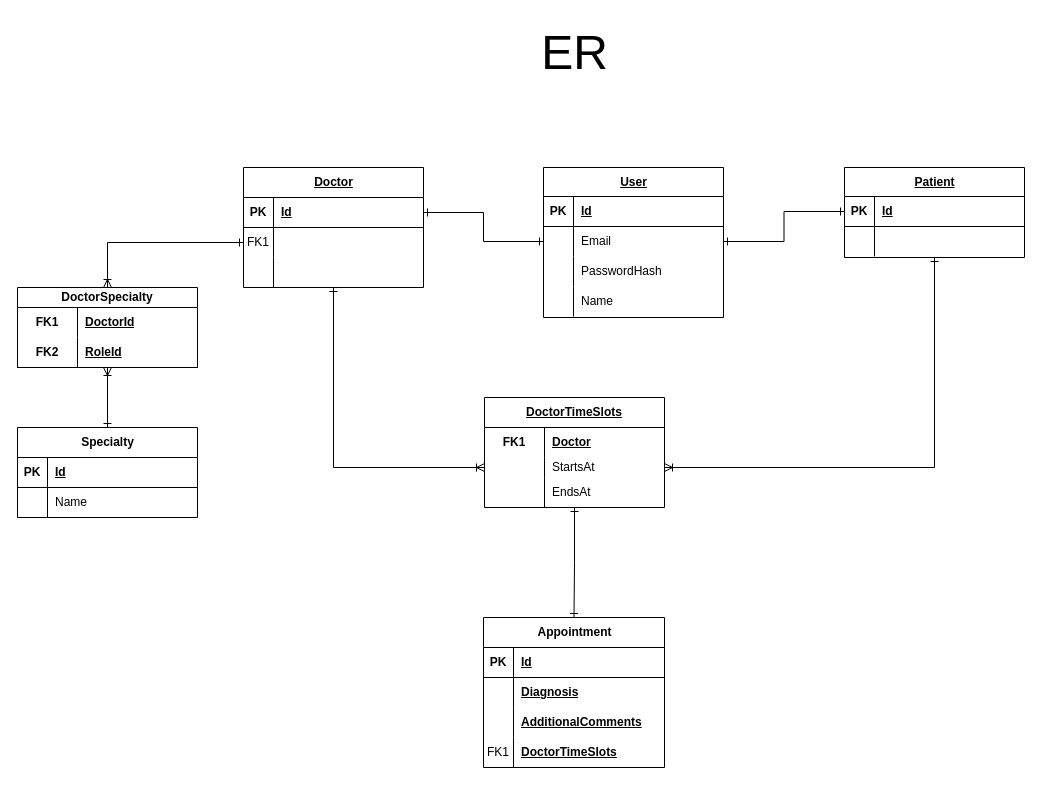
Before: page "ER" (5 of 5) of Diagrams/C4.drawio in doomer2004/Hospital-system., a draw.io diagram. Source tidied: cells renumbered, new cells numbered last; positions are measured from the earlier drawing's top-left corner, leaving out a move shared by most shapes. Both pictures are drawn from the tidied source at 100%, with x=0, y=0 at pixel (17, 17).
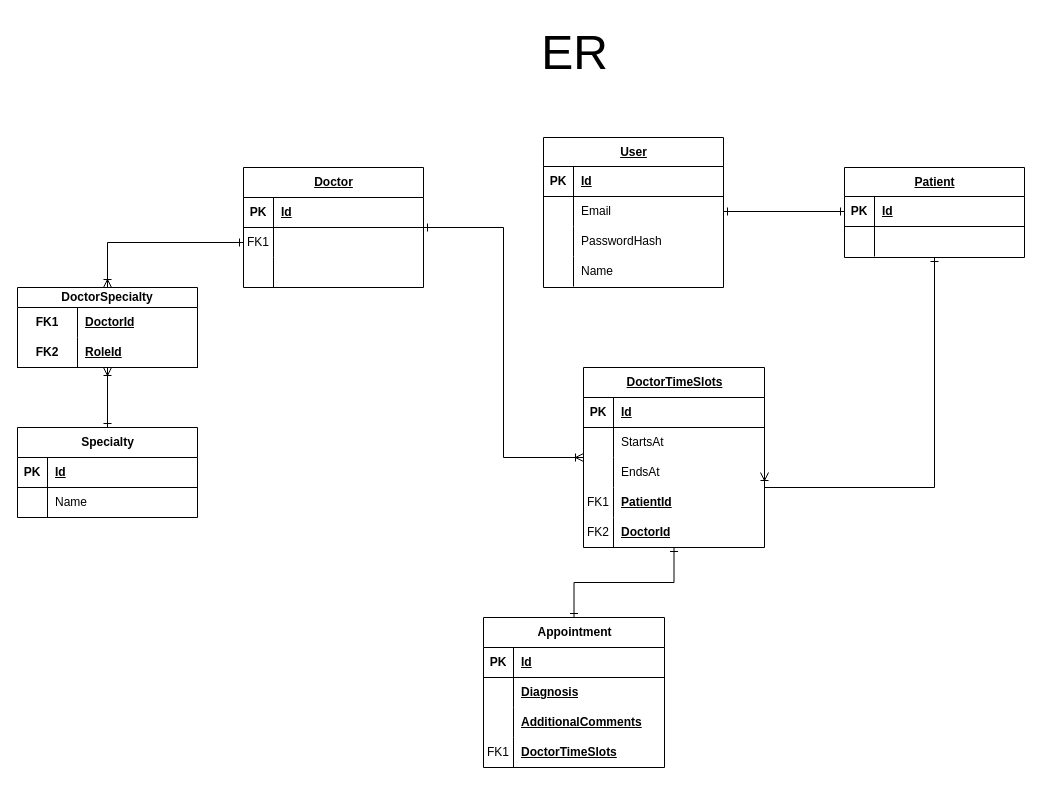
Above is the later version.

The change refers to these unchanged cells:
```xml
<mxCell id="3" value="&lt;u&gt;Patient&lt;/u&gt;" style="shape=table;startSize=29;childLayout=tableLayout;rowLines=0;fontStyle=1;align=center;html=1;" parent="1" vertex="1">
  <mxGeometry x="827" y="150" width="180" height="90" as="geometry" />
</mxCell>
<mxCell id="26" value="&lt;u&gt;Doctor&lt;/u&gt;" style="shape=table;startSize=30;childLayout=tableLayout;rowLines=0;fontStyle=1;align=center;html=1;" parent="1" vertex="1">
  <mxGeometry x="226" y="150" width="180" height="120" as="geometry" />
</mxCell>
<mxCell id="27" style="shape=tableRow;horizontal=0;startSize=0;swimlaneHead=0;swimlaneBody=0;fillColor=none;points=[[0,0.5],[1,0.5]];portConstraint=eastwest;top=0;left=0;right=0;bottom=1;" parent="26" vertex="1">
  <mxGeometry y="30" width="180" height="30" as="geometry" />
</mxCell>
<mxCell id="48" value="Appointment" style="shape=table;startSize=30;childLayout=tableLayout;rowLines=0;fontStyle=1;align=center;html=1;" parent="1" vertex="1">
  <mxGeometry x="466" y="600" width="181" height="150" as="geometry" />
</mxCell>
<mxCell id="66" style="shape=tableRow;horizontal=0;startSize=0;swimlaneHead=0;swimlaneBody=0;fillColor=none;points=[[0,0.5],[1,0.5]];portConstraint=eastwest;top=0;left=0;right=0;bottom=0;" parent="62" vertex="1">
  <mxGeometry y="59" width="180" height="30" as="geometry" />
</mxCell>
```

Change to the diagram source:
```diff
@@
-    <mxCell id="2" style="edgeStyle=orthogonalEdgeStyle;rounded=0;jettySize=auto;html=1;entryX=1;entryY=0.5;entryDx=0;entryDy=0;startArrow=ERone;startFill=0;endArrow=ERoneToMany;endFill=0;" parent="1" edge="1" source="3" target="42">
-      <mxGeometry relative="1" as="geometry" />
+    <mxCell id="2" style="edgeStyle=orthogonalEdgeStyle;rounded=0;jettySize=auto;html=1;startArrow=ERone;startFill=0;endArrow=ERoneToMany;endFill=0;entryX=1;entryY=0.5;entryDx=0;entryDy=0;" parent="1" edge="1" source="3" target="82">
+      <mxGeometry relative="1" as="geometry">
+        <Array as="points">
+          <mxPoint x="917" y="470" />
+          <mxPoint x="747" y="470" />
+        </Array>
+      </mxGeometry>
     </mxCell>
@@
-    <mxCell id="25" style="edgeStyle=orthogonalEdgeStyle;rounded=0;jettySize=auto;html=1;entryX=0;entryY=0.5;entryDx=0;entryDy=0;startArrow=ERone;startFill=0;endArrow=ERoneToMany;endFill=0;" parent="1" edge="1" source="26" target="42">
+    <mxCell id="25" style="edgeStyle=orthogonalEdgeStyle;rounded=0;jettySize=auto;html=1;entryX=0;entryY=0.5;entryDx=0;entryDy=0;startArrow=ERone;startFill=0;endArrow=ERoneToMany;endFill=0;" parent="1" edge="1" source="26" target="38">
       <mxGeometry relative="1" as="geometry" />
     </mxCell>
@@
-    <mxCell id="37" style="edgeStyle=orthogonalEdgeStyle;rounded=0;jettySize=auto;html=1;entryX=0.5;entryY=0;entryDx=0;entryDy=0;startArrow=ERone;startFill=0;endArrow=ERone;endFill=0;" parent="1" edge="1" source="38" target="48">
+    <mxCell id="37" style="edgeStyle=orthogonalEdgeStyle;rounded=0;jettySize=auto;html=1;entryX=0.5;entryY=0;entryDx=0;entryDy=0;startArrow=ERone;startFill=0;endArrow=ERone;endFill=0;exitX=0.5;exitY=1;exitDx=0;exitDy=0;" parent="1" edge="1" source="38" target="48">
       <mxGeometry relative="1" as="geometry" />
     </mxCell>
-    <mxCell id="38" value="&lt;u style=&quot;border-color: var(--border-color);&quot;&gt;DoctorTimeSlots&lt;/u&gt;" style="shape=table;startSize=30;childLayout=tableLayout;rowLines=0;fontStyle=1;align=center;html=1;whiteSpace=wrap;" parent="1" vertex="1">
-      <mxGeometry x="467" y="380" width="180" height="110" as="geometry" />
-    </mxCell>
-    <mxCell id="39" style="shape=tableRow;horizontal=0;startSize=0;swimlaneHead=0;swimlaneBody=0;fillColor=none;top=0;left=0;right=0;bottom=0;html=1;" parent="38" vertex="1">
-      <mxGeometry y="30" width="180" height="30" as="geometry" />
-    </mxCell>
-    <mxCell id="40" value="FK1" style="shape=partialRectangle;fillColor=none;top=0;left=0;bottom=0;right=0;fontStyle=1;overflow=hidden;html=1;whiteSpace=wrap;" parent="39" vertex="1">
-      <mxGeometry width="60" height="30" as="geometry" />
-    </mxCell>
-    <mxCell id="41" value="&lt;u style=&quot;border-color: var(--border-color); text-align: center;&quot;&gt;Doctor&lt;/u&gt;" style="shape=partialRectangle;fillColor=none;top=0;left=0;bottom=0;right=0;align=left;spacingLeft=6;fontStyle=5;overflow=hidden;html=1;whiteSpace=wrap;" parent="39" vertex="1">
-      <mxGeometry x="60" width="120" height="30" as="geometry" />
-    </mxCell>
-    <mxCell id="42" style="shape=tableRow;horizontal=0;startSize=0;swimlaneHead=0;swimlaneBody=0;fillColor=none;points=[[0,0.5],[1,0.5]];portConstraint=eastwest;top=0;left=0;right=0;bottom=0;html=1;" parent="38" vertex="1">
-      <mxGeometry y="60" width="180" height="20" as="geometry" />
-    </mxCell>
-    <mxCell id="43" style="shape=partialRectangle;fillColor=none;top=0;left=0;bottom=0;right=0;overflow=hidden;html=1;whiteSpace=wrap;" parent="42" vertex="1">
-      <mxGeometry width="60" height="20" as="geometry" />
-    </mxCell>
-    <mxCell id="44" value="StartsAt" style="shape=partialRectangle;fillColor=none;top=0;left=0;bottom=0;right=0;align=left;spacingLeft=6;overflow=hidden;html=1;whiteSpace=wrap;" parent="42" vertex="1">
-      <mxGeometry x="60" width="120" height="20" as="geometry" />
-    </mxCell>
-    <mxCell id="45" style="shape=tableRow;horizontal=0;startSize=0;swimlaneHead=0;swimlaneBody=0;fillColor=none;top=0;left=0;right=0;bottom=0;html=1;" parent="38" vertex="1">
-      <mxGeometry y="80" width="180" height="30" as="geometry" />
-    </mxCell>
-    <mxCell id="46" style="shape=partialRectangle;fillColor=none;top=0;left=0;bottom=0;right=0;overflow=hidden;html=1;whiteSpace=wrap;" parent="45" vertex="1">
-      <mxGeometry width="60" height="30" as="geometry" />
-    </mxCell>
-    <mxCell id="47" value="EndsAt" style="shape=partialRectangle;fillColor=none;top=0;left=0;bottom=0;right=0;align=left;spacingLeft=6;overflow=hidden;html=1;whiteSpace=wrap;" parent="45" vertex="1">
-      <mxGeometry x="60" width="120" height="30" as="geometry" />
-    </mxCell>
@@
     <mxCell id="62" value="&lt;u&gt;User&lt;/u&gt;" style="shape=table;startSize=29;childLayout=tableLayout;rowLines=0;fontStyle=1;align=center;html=1;" parent="1" vertex="1">
-      <mxGeometry x="526" y="150" width="180" height="150" as="geometry" />
+      <mxGeometry x="526" y="120" width="180" height="150" as="geometry" />
     </mxCell>
@@
-    <mxCell id="75" style="edgeStyle=orthogonalEdgeStyle;rounded=0;jettySize=auto;html=1;entryX=1;entryY=0.5;entryDx=0;entryDy=0;startArrow=ERone;startFill=0;endArrow=ERone;endFill=0;" parent="1" edge="1" source="66" target="27">
-      <mxGeometry relative="1" as="geometry" />
-    </mxCell>
@@
+    <mxCell id="38" value="&lt;u style=&quot;border-color: var(--border-color);&quot;&gt;DoctorTimeSlots&lt;/u&gt;" style="shape=table;startSize=30;childLayout=tableLayout;rowLines=0;fontStyle=1;align=center;html=1;" parent="1" vertex="1">
+      <mxGeometry x="566" y="350" width="181" height="180" as="geometry" />
+    </mxCell>
+    <mxCell id="77" style="shape=tableRow;horizontal=0;startSize=0;swimlaneHead=0;swimlaneBody=0;fillColor=none;top=0;left=0;right=0;bottom=1;" parent="38" vertex="1">
+      <mxGeometry y="30" width="181" height="30" as="geometry" />
+    </mxCell>
+    <mxCell id="78" value="PK" style="shape=partialRectangle;fillColor=none;top=0;left=0;bottom=0;right=0;fontStyle=1;overflow=hidden;whiteSpace=wrap;html=1;" parent="77" vertex="1">
+      <mxGeometry width="30" height="30" as="geometry" />
+    </mxCell>
+    <mxCell id="79" value="Id" style="shape=partialRectangle;fillColor=none;top=0;left=0;bottom=0;right=0;align=left;spacingLeft=6;fontStyle=5;overflow=hidden;whiteSpace=wrap;html=1;" parent="77" vertex="1">
+      <mxGeometry x="30" width="151" height="30" as="geometry" />
+    </mxCell>
+    <mxCell id="80" style="shape=tableRow;horizontal=0;startSize=0;swimlaneHead=0;swimlaneBody=0;fillColor=none;top=0;left=0;right=0;bottom=0;" parent="38" vertex="1">
+      <mxGeometry y="60" width="181" height="30" as="geometry" />
+    </mxCell>
+    <mxCell id="81" style="shape=partialRectangle;fillColor=none;top=0;left=0;bottom=0;right=0;overflow=hidden;whiteSpace=wrap;html=1;" parent="80" vertex="1">
+      <mxGeometry width="30" height="30" as="geometry" />
+    </mxCell>
+    <mxCell id="44" value="StartsAt" style="shape=partialRectangle;fillColor=none;top=0;left=0;bottom=0;right=0;align=left;spacingLeft=6;overflow=hidden;whiteSpace=wrap;html=1;" parent="80" vertex="1">
+      <mxGeometry x="30" width="151" height="30" as="geometry" />
+    </mxCell>
+    <mxCell id="82" style="shape=tableRow;horizontal=0;startSize=0;swimlaneHead=0;swimlaneBody=0;fillColor=none;points=[[0,0.5],[1,0.5]];portConstraint=eastwest;top=0;left=0;right=0;bottom=0;" parent="38" vertex="1">
+      <mxGeometry y="90" width="181" height="30" as="geometry" />
+    </mxCell>
+    <mxCell id="83" style="shape=partialRectangle;fillColor=none;top=0;left=0;bottom=0;right=0;overflow=hidden;whiteSpace=wrap;html=1;" parent="82" vertex="1">
+      <mxGeometry width="30" height="30" as="geometry" />
+    </mxCell>
+    <mxCell id="47" value="EndsAt" style="shape=partialRectangle;fillColor=none;top=0;left=0;bottom=0;right=0;align=left;spacingLeft=6;overflow=hidden;whiteSpace=wrap;html=1;" parent="82" vertex="1">
+      <mxGeometry x="30" width="151" height="30" as="geometry" />
+    </mxCell>
+    <mxCell id="84" style="shape=tableRow;horizontal=0;startSize=0;swimlaneHead=0;swimlaneBody=0;fillColor=none;top=0;left=0;right=0;bottom=0;" parent="38" vertex="1">
+      <mxGeometry y="120" width="181" height="30" as="geometry" />
+    </mxCell>
+    <mxCell id="40" value="FK1" style="shape=partialRectangle;fillColor=none;top=0;left=0;bottom=0;right=0;overflow=hidden;whiteSpace=wrap;html=1;" parent="84" vertex="1">
+      <mxGeometry width="30" height="30" as="geometry" />
+    </mxCell>
+    <mxCell id="85" value="&lt;u style=&quot;border-color: var(--border-color); font-weight: 700; text-align: center;&quot;&gt;PatientId&lt;/u&gt;" style="shape=partialRectangle;fillColor=none;top=0;left=0;bottom=0;right=0;align=left;spacingLeft=6;overflow=hidden;whiteSpace=wrap;html=1;" parent="84" vertex="1">
+      <mxGeometry x="30" width="151" height="30" as="geometry" />
+    </mxCell>
+    <mxCell id="86" style="shape=tableRow;horizontal=0;startSize=0;swimlaneHead=0;swimlaneBody=0;fillColor=none;top=0;left=0;right=0;bottom=0;" parent="38" vertex="1">
+      <mxGeometry y="150" width="181" height="30" as="geometry" />
+    </mxCell>
+    <mxCell id="87" value="FK2" style="shape=partialRectangle;fillColor=none;top=0;left=0;bottom=0;right=0;overflow=hidden;whiteSpace=wrap;html=1;" parent="86" vertex="1">
+      <mxGeometry width="30" height="30" as="geometry" />
+    </mxCell>
+    <mxCell id="88" value="&lt;u style=&quot;border-color: var(--border-color); font-weight: 700; text-align: center;&quot;&gt;DoctorId&lt;/u&gt;" style="shape=partialRectangle;fillColor=none;top=0;left=0;bottom=0;right=0;align=left;spacingLeft=6;overflow=hidden;whiteSpace=wrap;html=1;" parent="86" vertex="1">
+      <mxGeometry x="30" width="151" height="30" as="geometry" />
+    </mxCell>
```
